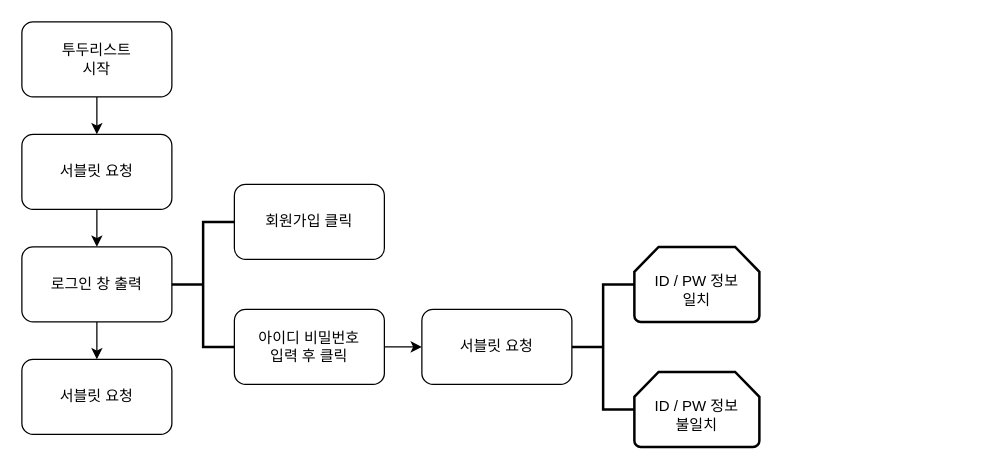
This is portfolio/To-do List Flow.drawio from D-o-H-w-a/SelfStudy, a draw.io file, before an edit. Source tidied: cells renumbered, new cells numbered last; positions are measured from the earlier drawing's top-left corner, leaving out a move shared by most shapes. Both pictures are drawn from the tidied source at 125%, with x=0, y=0 at pixel (21, 21).
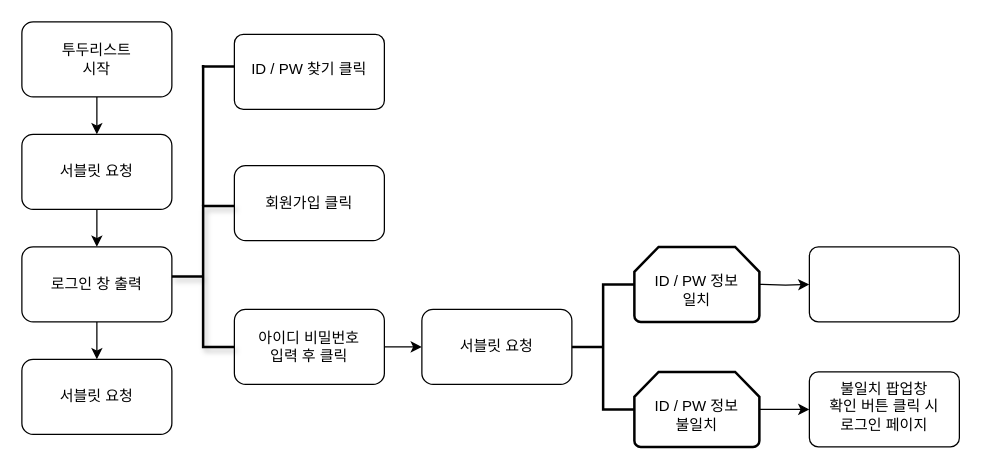
Above is the later version.

The change refers to these unchanged cells:
```xml
<mxCell id="16" value="&lt;div&gt;&lt;br&gt;&lt;/div&gt;ID / PW 정보&lt;br&gt;불일치" style="strokeWidth=2;html=1;shape=mxgraph.flowchart.loop_limit;whiteSpace=wrap;strokeColor=default;align=center;verticalAlign=top;arcSize=12;fontFamily=Helvetica;fontSize=12;fontColor=default;fillColor=default;" parent="1" vertex="1">
  <mxGeometry x="490" y="280" width="100" height="60" as="geometry" />
</mxCell>
```

The edit, as a diff of the source:
```diff
@@
     <mxCell id="9" value="회원가입 클릭" style="rounded=1;whiteSpace=wrap;html=1;" parent="1" vertex="1">
-      <mxGeometry x="170" y="130" width="120" height="60" as="geometry" />
+      <mxGeometry x="170" y="115" width="120" height="60" as="geometry" />
     </mxCell>
@@
-    <mxCell id="13" style="strokeWidth=2;html=1;shape=mxgraph.flowchart.annotation_2;align=left;labelPosition=right;" parent="1" vertex="1">
-      <mxGeometry x="120" y="160" width="50" height="100" as="geometry" />
-    </mxCell>
@@
+    <mxCell id="17" style="edgeStyle=orthogonalEdgeStyle;rounded=0;jettySize=auto;html=1;exitX=1;exitY=0.5;exitDx=0;exitDy=0;exitPerimeter=0;fontFamily=Helvetica;fontSize=12;fontColor=default;" parent="1" edge="1" source="16" target="18">
+      <mxGeometry relative="1" as="geometry" />
+    </mxCell>
@@
+    <mxCell id="18" value="불일치 팝업창&lt;br&gt;확인 버튼 클릭 시&lt;br&gt;로그인 페이지" style="rounded=1;whiteSpace=wrap;html=1;strokeColor=default;align=center;verticalAlign=top;arcSize=12;fontFamily=Helvetica;fontSize=12;fontColor=default;fillColor=default;" parent="1" vertex="1">
+      <mxGeometry x="630" y="280" width="120" height="60" as="geometry" />
+    </mxCell>
+    <mxCell id="19" style="edgeStyle=orthogonalEdgeStyle;rounded=0;jettySize=auto;html=1;exitX=1;exitY=0.5;exitDx=0;exitDy=0;exitPerimeter=0;fontFamily=Helvetica;fontSize=12;fontColor=default;" parent="1" edge="1" target="20">
+      <mxGeometry relative="1" as="geometry">
+        <mxPoint x="590" y="210" as="sourcePoint" />
+      </mxGeometry>
+    </mxCell>
+    <mxCell id="20" style="rounded=1;whiteSpace=wrap;html=1;strokeColor=default;align=center;verticalAlign=top;arcSize=12;fontFamily=Helvetica;fontSize=12;fontColor=default;fillColor=default;" parent="1" vertex="1">
+      <mxGeometry x="630" y="180" width="120" height="60" as="geometry" />
+    </mxCell>
+    <mxCell id="21" style="group;" parent="1" vertex="1">
+      <mxGeometry x="120" y="30" width="50" height="230" as="geometry" />
+    </mxCell>
+    <mxCell id="13" style="strokeWidth=2;html=1;shape=mxgraph.flowchart.annotation_2;align=left;labelPosition=right;shadow=1;" parent="21" vertex="1">
+      <mxGeometry y="117.3" width="50" height="112.7" as="geometry" />
+    </mxCell>
+    <mxCell id="22" style="group;" parent="21" vertex="1">
+      <mxGeometry x="20" width="30" height="117.3" as="geometry" />
+    </mxCell>
+    <mxCell id="23" style="group;" parent="22" vertex="1">
+      <mxGeometry width="30" height="117.3" as="geometry" />
+    </mxCell>
+    <mxCell id="24" style="line;strokeWidth=2;direction=south;html=1;strokeColor=default;align=center;verticalAlign=top;arcSize=12;fontFamily=Helvetica;fontSize=12;fontColor=default;fillColor=default;" parent="23" vertex="1">
+      <mxGeometry y="4.5" width="10" height="112.7" as="geometry" />
+    </mxCell>
+    <mxCell id="25" style="line;strokeWidth=2;html=1;strokeColor=default;align=center;verticalAlign=top;arcSize=12;fontFamily=Helvetica;fontSize=12;fontColor=default;fillColor=default;" parent="23" vertex="1">
+      <mxGeometry x="4" width="26" height="11.3" as="geometry" />
+    </mxCell>
+    <mxCell id="26" value="&lt;div&gt;&lt;br&gt;&lt;/div&gt;ID / PW 찾기 클릭" style="rounded=1;whiteSpace=wrap;html=1;strokeColor=default;align=center;verticalAlign=top;arcSize=12;fontFamily=Helvetica;fontSize=12;fontColor=default;fillColor=default;" parent="1" vertex="1">
+      <mxGeometry x="170" y="10" width="120" height="60" as="geometry" />
+    </mxCell>
```
